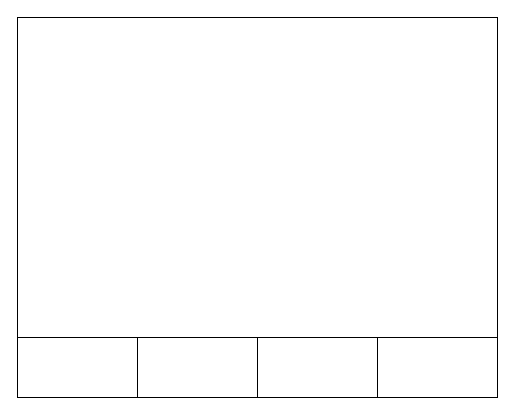
Burritobun/EV-Yata keeps this draw.io diagram as Drawings and Diagrams/Components/GS450h inverter electric hookup basic.drawio. Above is the earlier version. Source tidied: cells renumbered, new cells numbered last; positions are measured from the earlier drawing's top-left corner, leaving out a move shared by most shapes. Both pictures are drawn from the tidied source at 100%, with x=0, y=0 at pixel (17, 17).
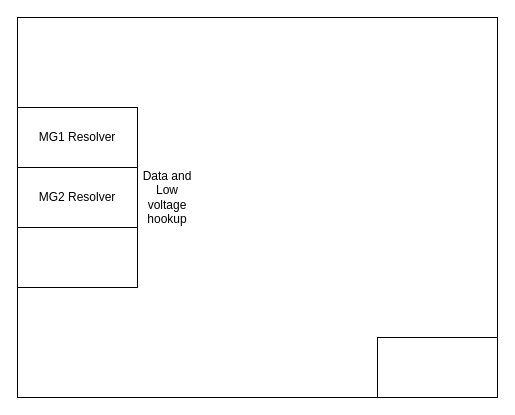
After the change.

Diff of the diagram source:
```diff
@@
 <mxGraphModel>
   <root>
     <mxCell id="0" />
     <mxCell id="1" parent="0" />
     <mxCell id="2" style="rounded=0;whiteSpace=wrap;html=1;" parent="1" vertex="1">
       <mxGeometry width="480" height="380" as="geometry" />
     </mxCell>
-    <mxCell id="3" style="rounded=0;whiteSpace=wrap;html=1;" parent="1" vertex="1">
-      <mxGeometry y="320" width="120" height="60" as="geometry" />
+    <mxCell id="3" value="MG1 Resolver" style="rounded=0;whiteSpace=wrap;html=1;" parent="1" vertex="1">
+      <mxGeometry y="90" width="120" height="60" as="geometry" />
     </mxCell>
-    <mxCell id="4" style="rounded=0;whiteSpace=wrap;html=1;" parent="1" vertex="1">
-      <mxGeometry x="120" y="320" width="120" height="60" as="geometry" />
+    <mxCell id="4" value="MG2 Resolver" style="rounded=0;whiteSpace=wrap;html=1;" parent="1" vertex="1">
+      <mxGeometry y="150" width="120" height="60" as="geometry" />
     </mxCell>
     <mxCell id="5" style="rounded=0;whiteSpace=wrap;html=1;" parent="1" vertex="1">
-      <mxGeometry x="240" y="320" width="120" height="60" as="geometry" />
+      <mxGeometry y="210" width="120" height="60" as="geometry" />
     </mxCell>
     <mxCell id="6" style="rounded=0;whiteSpace=wrap;html=1;" parent="1" vertex="1">
       <mxGeometry x="360" y="320" width="120" height="60" as="geometry" />
     </mxCell>
+    <mxCell id="7" value="Data and Low voltage hookup" style="text;html=1;strokeColor=none;fillColor=none;align=center;verticalAlign=middle;whiteSpace=wrap;rounded=0;" parent="1" vertex="1">
+      <mxGeometry x="120" y="165" width="60" height="30" as="geometry" />
+    </mxCell>
   </root>
 </mxGraphModel>
```
